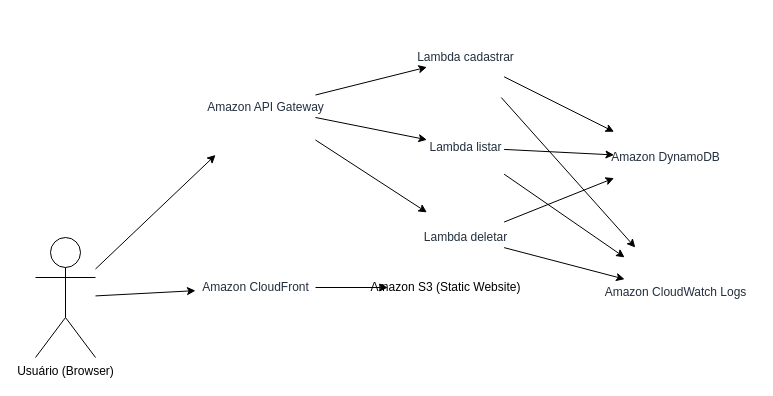
Above: architecture.drawio in rfdnet/abelha (draw.io), before the change. Source tidied: cells renumbered, new cells numbered last; positions are measured from the earlier drawing's top-left corner, leaving out a move shared by most shapes. Both pictures are drawn from the tidied source at 100%, with x=0, y=0 at pixel (35, 17).
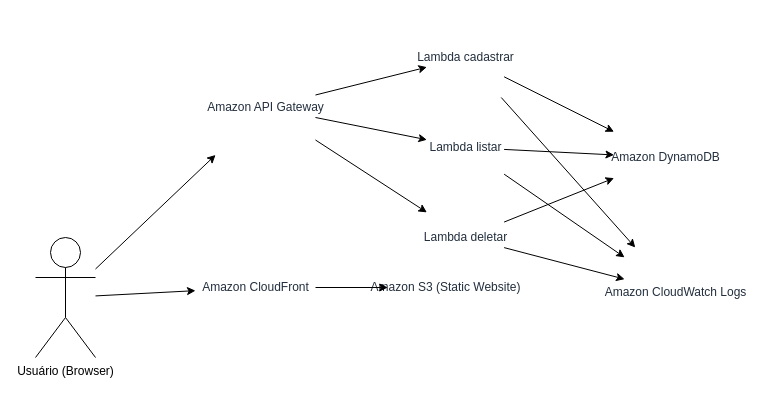
The same diagram, later.

The edit, as a diff of the source:
```diff
@@
-    <mxCell id="4" value="Amazon S3 (Static Website)" style="shape=mxgraph.aws4.s3;html=1;gradientColor=none;" parent="1" vertex="1">
+    <mxCell id="4" value="Amazon S3 (Static Website)" style="shape=mxgraph.aws4.s3;html=1;gradientColor=none;fontColor=#232F3E;strokeColor=#ffffff;" parent="1" vertex="1">
       <mxGeometry x="340" y="210" width="140" height="120" as="geometry" />
     </mxCell>
```
